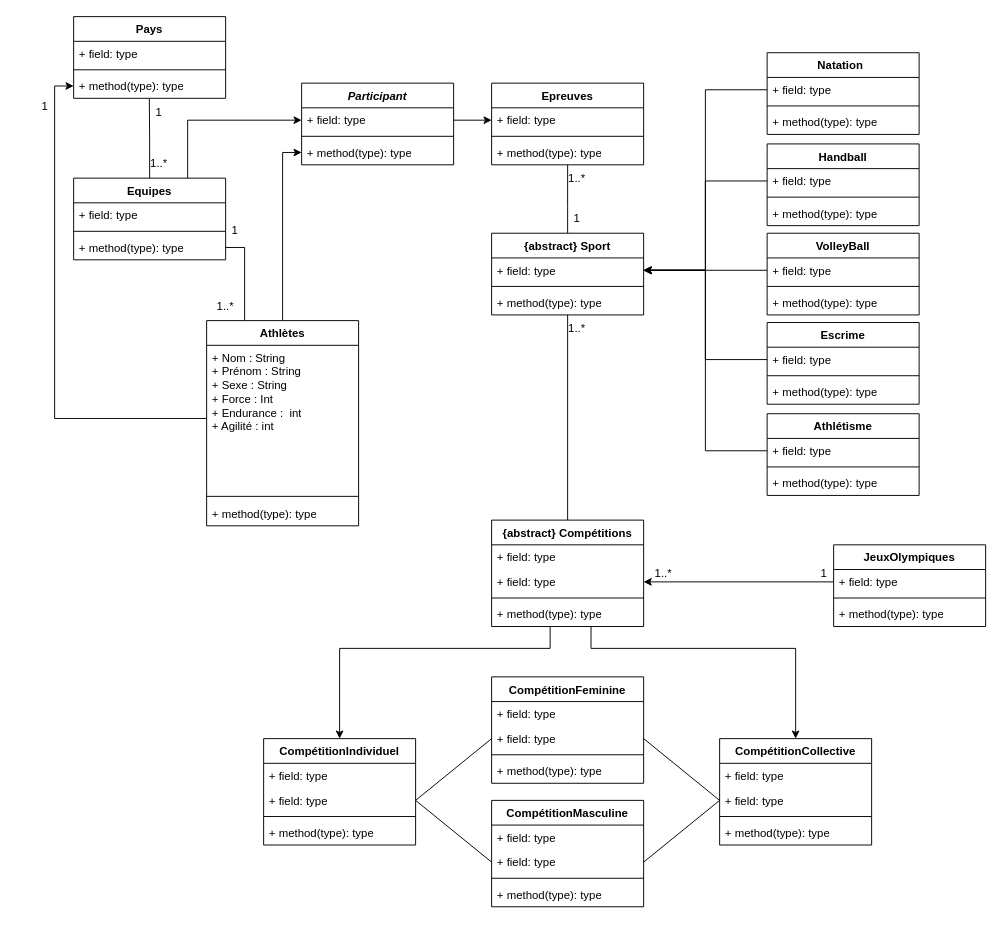
alexisnisol/JeuxOlympiques keeps this draw.io diagram as Diagramme sans nom.drawio. Above is the earlier version. Source tidied: cells renumbered, new cells numbered last; positions are measured from the earlier drawing's top-left corner, leaving out a move shared by most shapes. Both pictures are drawn from the tidied source at 95%, with x=0, y=0 at pixel (16, 16).
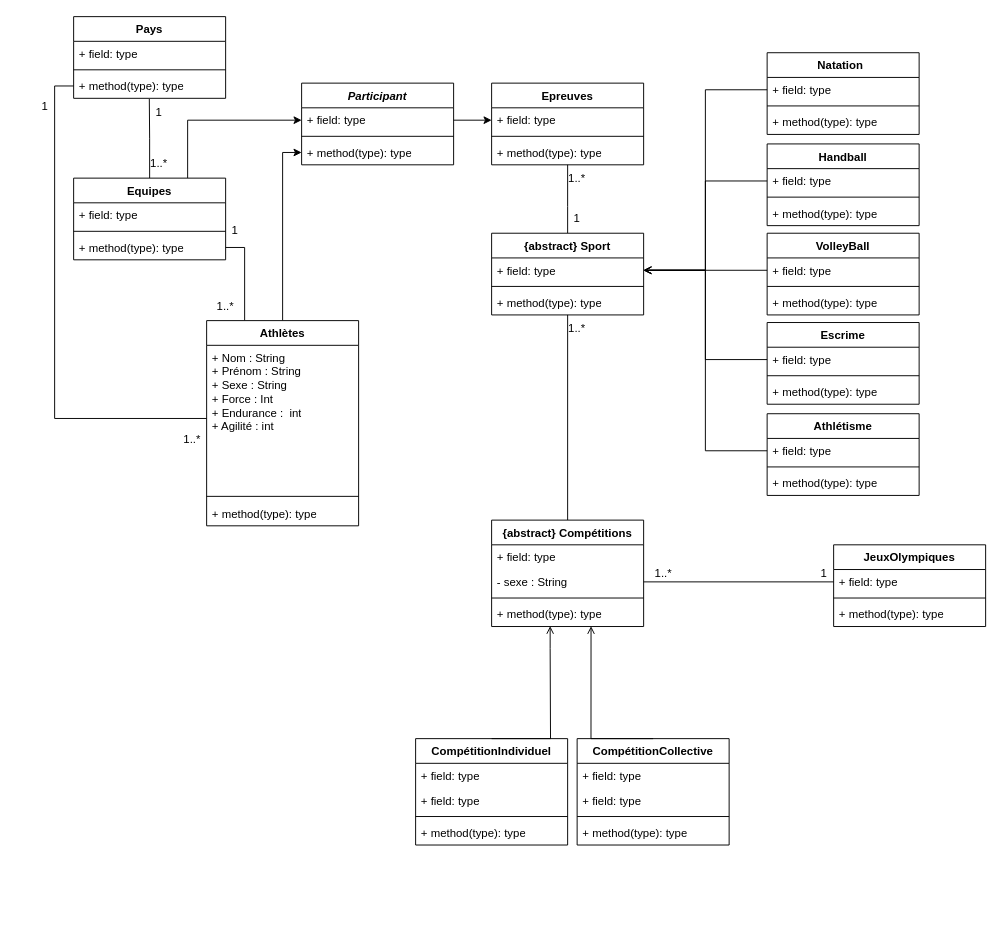
The same diagram, later.

Commit message:
Mettre à jour Diagramme sans nom.drawio

The change refers to these unchanged cells:
```xml
<mxCell id="5" value="+ field: type" style="text;strokeColor=none;fillColor=none;align=left;verticalAlign=top;spacingLeft=4;spacingRight=4;overflow=hidden;points=[[0,0.5],[1,0.5]];portConstraint=eastwest;whiteSpace=wrap;html=1;" parent="4" vertex="1">
  <mxGeometry y="26" width="160" height="26" as="geometry" />
</mxCell>
<mxCell id="11" value="+ method(type): type" style="text;strokeColor=none;fillColor=none;align=left;verticalAlign=top;spacingLeft=4;spacingRight=4;overflow=hidden;points=[[0,0.5],[1,0.5]];portConstraint=eastwest;whiteSpace=wrap;html=1;" parent="8" vertex="1">
  <mxGeometry y="60" width="160" height="26" as="geometry" />
</mxCell>
<mxCell id="17" value="+ Nom : String&lt;div&gt;+ Prénom : String&lt;br&gt;+ Sexe : String&lt;br&gt;&lt;/div&gt;&lt;div&gt;+ Force : Int&lt;/div&gt;&lt;div&gt;+ Endurance :&amp;nbsp; int &lt;br&gt;&lt;/div&gt;&lt;div&gt;+ Agilité : int&lt;/div&gt;&lt;div&gt;&lt;br&gt;&lt;/div&gt;" style="text;strokeColor=none;fillColor=none;align=left;verticalAlign=top;spacingLeft=4;spacingRight=4;overflow=hidden;points=[[0,0.5],[1,0.5]];portConstraint=eastwest;whiteSpace=wrap;html=1;" parent="16" vertex="1">
  <mxGeometry y="26" width="160" height="154" as="geometry" />
</mxCell>
<mxCell id="35" value="+ field: type" style="text;strokeColor=none;fillColor=none;align=left;verticalAlign=top;spacingLeft=4;spacingRight=4;overflow=hidden;points=[[0,0.5],[1,0.5]];portConstraint=eastwest;whiteSpace=wrap;html=1;" parent="34" vertex="1">
  <mxGeometry y="26" width="160" height="26" as="geometry" />
</mxCell>
<mxCell id="39" value="+ field: type" style="text;strokeColor=none;fillColor=none;align=left;verticalAlign=top;spacingLeft=4;spacingRight=4;overflow=hidden;points=[[0,0.5],[1,0.5]];portConstraint=eastwest;whiteSpace=wrap;html=1;" parent="38" vertex="1">
  <mxGeometry y="26" width="160" height="26" as="geometry" />
</mxCell>
<mxCell id="43" value="+ field: type" style="text;strokeColor=none;fillColor=none;align=left;verticalAlign=top;spacingLeft=4;spacingRight=4;overflow=hidden;points=[[0,0.5],[1,0.5]];portConstraint=eastwest;whiteSpace=wrap;html=1;" parent="42" vertex="1">
  <mxGeometry y="26" width="160" height="26" as="geometry" />
</mxCell>
<mxCell id="47" value="+ field: type" style="text;strokeColor=none;fillColor=none;align=left;verticalAlign=top;spacingLeft=4;spacingRight=4;overflow=hidden;points=[[0,0.5],[1,0.5]];portConstraint=eastwest;whiteSpace=wrap;html=1;" parent="46" vertex="1">
  <mxGeometry y="26" width="160" height="26" as="geometry" />
</mxCell>
<mxCell id="51" value="+ field: type" style="text;strokeColor=none;fillColor=none;align=left;verticalAlign=top;spacingLeft=4;spacingRight=4;overflow=hidden;points=[[0,0.5],[1,0.5]];portConstraint=eastwest;whiteSpace=wrap;html=1;" parent="50" vertex="1">
  <mxGeometry y="26" width="160" height="26" as="geometry" />
</mxCell>
<mxCell id="62" value="{abstract} Compétitions" style="swimlane;fontStyle=1;align=center;verticalAlign=top;horizontal=1;startSize=26;whiteSpace=wrap;html=1;" parent="1" vertex="1">
  <mxGeometry x="500" y="530" width="160" height="112" as="geometry" />
</mxCell>
<mxCell id="66" value="+ method(type): type" style="text;strokeColor=none;fillColor=none;align=left;verticalAlign=top;spacingLeft=4;spacingRight=4;overflow=hidden;points=[[0,0.5],[1,0.5]];portConstraint=eastwest;whiteSpace=wrap;html=1;" parent="62" vertex="1">
  <mxGeometry y="86" width="160" height="26" as="geometry" />
</mxCell>
<mxCell id="69" value="+ field: type" style="text;strokeColor=none;fillColor=none;align=left;verticalAlign=top;spacingLeft=4;spacingRight=4;overflow=hidden;points=[[0,0.5],[1,0.5]];portConstraint=eastwest;whiteSpace=wrap;html=1;" parent="67" vertex="1">
  <mxGeometry y="52" width="160" height="26" as="geometry" />
</mxCell>
<mxCell id="74" value="+ field: type" style="text;strokeColor=none;fillColor=none;align=left;verticalAlign=top;spacingLeft=4;spacingRight=4;overflow=hidden;points=[[0,0.5],[1,0.5]];portConstraint=eastwest;whiteSpace=wrap;html=1;" parent="72" vertex="1">
  <mxGeometry y="52" width="160" height="26" as="geometry" />
</mxCell>
<mxCell id="99" value="+ field: type" style="text;strokeColor=none;fillColor=none;align=left;verticalAlign=top;spacingLeft=4;spacingRight=4;overflow=hidden;points=[[0,0.5],[1,0.5]];portConstraint=eastwest;whiteSpace=wrap;html=1;" parent="98" vertex="1">
  <mxGeometry y="26" width="160" height="26" as="geometry" />
</mxCell>
```

The edit, as a diff of the source:
```diff
@@
-    <mxCell id="14" style="edgeStyle=orthogonalEdgeStyle;rounded=0;jettySize=auto;html=1;entryX=0;entryY=0.5;entryDx=0;entryDy=0;exitX=0;exitY=0.5;exitDx=0;exitDy=0;" parent="1" edge="1" source="17" target="11">
+    <mxCell id="14" style="edgeStyle=orthogonalEdgeStyle;rounded=0;jettySize=auto;html=1;entryX=0;entryY=0.5;entryDx=0;entryDy=0;exitX=0;exitY=0.5;exitDx=0;exitDy=0;endArrow=none;endFill=0;" parent="1" edge="1" source="17" target="11">
       <mxGeometry relative="1" as="geometry" />
     </mxCell>
@@
-    <mxCell id="54" style="edgeStyle=orthogonalEdgeStyle;rounded=0;jettySize=auto;html=1;exitX=0;exitY=0.5;exitDx=0;exitDy=0;entryX=1;entryY=0.5;entryDx=0;entryDy=0;" parent="1" edge="1" source="47" target="5">
+    <mxCell id="54" style="edgeStyle=orthogonalEdgeStyle;rounded=0;jettySize=auto;html=1;exitX=0;exitY=0.5;exitDx=0;exitDy=0;entryX=1;entryY=0.5;entryDx=0;entryDy=0;endArrow=open;endFill=0;" parent="1" edge="1" source="47" target="5">
       <mxGeometry relative="1" as="geometry" />
     </mxCell>
-    <mxCell id="55" style="edgeStyle=orthogonalEdgeStyle;rounded=0;jettySize=auto;html=1;exitX=0;exitY=0.5;exitDx=0;exitDy=0;entryX=1;entryY=0.5;entryDx=0;entryDy=0;" parent="1" edge="1" source="35" target="5">
+    <mxCell id="55" style="edgeStyle=orthogonalEdgeStyle;rounded=0;jettySize=auto;html=1;exitX=0;exitY=0.5;exitDx=0;exitDy=0;entryX=1;entryY=0.5;entryDx=0;entryDy=0;endArrow=open;endFill=0;" parent="1" edge="1" source="35" target="5">
       <mxGeometry relative="1" as="geometry" />
     </mxCell>
-    <mxCell id="56" style="edgeStyle=orthogonalEdgeStyle;rounded=0;jettySize=auto;html=1;exitX=0;exitY=0.5;exitDx=0;exitDy=0;entryX=1;entryY=0.5;entryDx=0;entryDy=0;" parent="1" edge="1" source="39" target="5">
+    <mxCell id="56" style="edgeStyle=orthogonalEdgeStyle;rounded=0;jettySize=auto;html=1;exitX=0;exitY=0.5;exitDx=0;exitDy=0;entryX=1;entryY=0.5;entryDx=0;entryDy=0;endArrow=open;endFill=0;" parent="1" edge="1" source="39" target="5">
       <mxGeometry relative="1" as="geometry" />
     </mxCell>
-    <mxCell id="57" style="edgeStyle=orthogonalEdgeStyle;rounded=0;jettySize=auto;html=1;exitX=0;exitY=0.5;exitDx=0;exitDy=0;entryX=1;entryY=0.5;entryDx=0;entryDy=0;" parent="1" edge="1" source="43" target="5">
+    <mxCell id="57" style="edgeStyle=orthogonalEdgeStyle;rounded=0;jettySize=auto;html=1;exitX=0;exitY=0.5;exitDx=0;exitDy=0;entryX=1;entryY=0.5;entryDx=0;entryDy=0;endArrow=open;endFill=0;" parent="1" edge="1" source="43" target="5">
       <mxGeometry relative="1" as="geometry" />
     </mxCell>
-    <mxCell id="58" style="edgeStyle=orthogonalEdgeStyle;rounded=0;jettySize=auto;html=1;exitX=0;exitY=0.5;exitDx=0;exitDy=0;entryX=1;entryY=0.5;entryDx=0;entryDy=0;" parent="1" edge="1" source="51" target="5">
+    <mxCell id="58" style="edgeStyle=orthogonalEdgeStyle;rounded=0;jettySize=auto;html=1;exitX=0;exitY=0.5;exitDx=0;exitDy=0;entryX=1;entryY=0.5;entryDx=0;entryDy=0;endArrow=open;endFill=0;" parent="1" edge="1" source="51" target="5">
       <mxGeometry relative="1" as="geometry" />
     </mxCell>
@@
-    <mxCell id="64" value="+ field: type" style="text;strokeColor=none;fillColor=none;align=left;verticalAlign=top;spacingLeft=4;spacingRight=4;overflow=hidden;points=[[0,0.5],[1,0.5]];portConstraint=eastwest;whiteSpace=wrap;html=1;" parent="62" vertex="1">
+    <mxCell id="64" value="- sexe : String" style="text;strokeColor=none;fillColor=none;align=left;verticalAlign=top;spacingLeft=4;spacingRight=4;overflow=hidden;points=[[0,0.5],[1,0.5]];portConstraint=eastwest;whiteSpace=wrap;html=1;" parent="62" vertex="1">
       <mxGeometry y="52" width="160" height="26" as="geometry" />
     </mxCell>
@@
     <mxCell id="67" value="CompétitionIndividuel" style="swimlane;fontStyle=1;align=center;verticalAlign=top;horizontal=1;startSize=26;whiteSpace=wrap;html=1;" parent="1" vertex="1">
-      <mxGeometry x="260" y="760" width="160" height="112" as="geometry" />
+      <mxGeometry x="420" y="760" width="160" height="112" as="geometry" />
     </mxCell>
@@
     <mxCell id="72" value="CompétitionCollective" style="swimlane;fontStyle=1;align=center;verticalAlign=top;horizontal=1;startSize=26;whiteSpace=wrap;html=1;" parent="1" vertex="1">
-      <mxGeometry x="740" y="760" width="160" height="112" as="geometry" />
+      <mxGeometry x="590" y="760" width="160" height="112" as="geometry" />
     </mxCell>
@@
-    <mxCell id="77" value="CompétitionFeminine" style="swimlane;fontStyle=1;align=center;verticalAlign=top;horizontal=1;startSize=26;whiteSpace=wrap;html=1;" parent="1" vertex="1">
-      <mxGeometry x="500" y="695" width="160" height="112" as="geometry" />
-    </mxCell>
-    <mxCell id="78" value="+ field: type" style="text;strokeColor=none;fillColor=none;align=left;verticalAlign=top;spacingLeft=4;spacingRight=4;overflow=hidden;whiteSpace=wrap;html=1;" parent="77" vertex="1">
-      <mxGeometry y="26" width="160" height="26" as="geometry" />
-    </mxCell>
-    <mxCell id="79" value="+ field: type" style="text;strokeColor=none;fillColor=none;align=left;verticalAlign=top;spacingLeft=4;spacingRight=4;overflow=hidden;points=[[0,0.5],[1,0.5]];portConstraint=eastwest;whiteSpace=wrap;html=1;" parent="77" vertex="1">
-      <mxGeometry y="52" width="160" height="26" as="geometry" />
-    </mxCell>
-    <mxCell id="80" style="line;strokeWidth=1;fillColor=none;align=left;verticalAlign=middle;spacingTop=-1;spacingLeft=3;spacingRight=3;labelPosition=right;strokeColor=inherit;" parent="77" vertex="1">
-      <mxGeometry y="78" width="160" height="8" as="geometry" />
-    </mxCell>
-    <mxCell id="81" value="+ method(type): type" style="text;strokeColor=none;fillColor=none;align=left;verticalAlign=top;spacingLeft=4;spacingRight=4;overflow=hidden;whiteSpace=wrap;html=1;" parent="77" vertex="1">
-      <mxGeometry y="86" width="160" height="26" as="geometry" />
-    </mxCell>
-    <mxCell id="82" value="CompétitionMasculine" style="swimlane;fontStyle=1;align=center;verticalAlign=top;horizontal=1;startSize=26;whiteSpace=wrap;html=1;" parent="1" vertex="1">
-      <mxGeometry x="500" y="825" width="160" height="112" as="geometry" />
-    </mxCell>
-    <mxCell id="83" value="+ field: type" style="text;strokeColor=none;fillColor=none;align=left;verticalAlign=top;spacingLeft=4;spacingRight=4;overflow=hidden;whiteSpace=wrap;html=1;" parent="82" vertex="1">
-      <mxGeometry y="26" width="160" height="26" as="geometry" />
-    </mxCell>
-    <mxCell id="84" value="+ field: type" style="text;strokeColor=none;fillColor=none;align=left;verticalAlign=top;spacingLeft=4;spacingRight=4;overflow=hidden;points=[[0,0.5],[1,0.5]];portConstraint=eastwest;whiteSpace=wrap;html=1;" parent="82" vertex="1">
-      <mxGeometry y="52" width="160" height="26" as="geometry" />
-    </mxCell>
-    <mxCell id="85" style="line;strokeWidth=1;fillColor=none;align=left;verticalAlign=middle;spacingTop=-1;spacingLeft=3;spacingRight=3;labelPosition=right;strokeColor=inherit;" parent="82" vertex="1">
-      <mxGeometry y="78" width="160" height="8" as="geometry" />
-    </mxCell>
-    <mxCell id="86" value="+ method(type): type" style="text;strokeColor=none;fillColor=none;align=left;verticalAlign=top;spacingLeft=4;spacingRight=4;overflow=hidden;whiteSpace=wrap;html=1;" parent="82" vertex="1">
-      <mxGeometry y="86" width="160" height="26" as="geometry" />
-    </mxCell>
-    <mxCell id="87" style="rounded=0;jettySize=auto;html=1;exitX=0;exitY=0.5;exitDx=0;exitDy=0;entryX=1;entryY=0.5;entryDx=0;entryDy=0;endArrow=none;endFill=0;" parent="1" edge="1" source="84" target="69">
-      <mxGeometry relative="1" as="geometry" />
-    </mxCell>
-    <mxCell id="88" style="rounded=0;jettySize=auto;html=1;exitX=1;exitY=0.5;exitDx=0;exitDy=0;entryX=0;entryY=0.5;entryDx=0;entryDy=0;endArrow=none;endFill=0;" parent="1" edge="1" source="84" target="74">
-      <mxGeometry relative="1" as="geometry" />
-    </mxCell>
-    <mxCell id="89" style="rounded=0;jettySize=auto;html=1;exitX=1;exitY=0.5;exitDx=0;exitDy=0;entryX=0;entryY=0.5;entryDx=0;entryDy=0;endArrow=none;endFill=0;" parent="1" edge="1" source="79" target="74">
-      <mxGeometry relative="1" as="geometry" />
-    </mxCell>
-    <mxCell id="90" style="rounded=0;jettySize=auto;html=1;exitX=0;exitY=0.5;exitDx=0;exitDy=0;entryX=1;entryY=0.5;entryDx=0;entryDy=0;endArrow=none;endFill=0;" parent="1" edge="1" source="79" target="69">
-      <mxGeometry relative="1" as="geometry" />
-    </mxCell>
-    <mxCell id="91" style="edgeStyle=orthogonalEdgeStyle;rounded=0;jettySize=auto;html=1;exitX=0.654;exitY=0.987;exitDx=0;exitDy=0;entryX=0.5;entryY=0;entryDx=0;entryDy=0;exitPerimeter=0;" parent="1" edge="1" source="66" target="72">
+    <mxCell id="91" style="edgeStyle=orthogonalEdgeStyle;rounded=0;jettySize=auto;html=1;exitX=0.654;exitY=0.987;exitDx=0;exitDy=0;entryX=0.5;entryY=0;entryDx=0;entryDy=0;exitPerimeter=0;endArrow=none;endFill=0;startArrow=open;startFill=0;" parent="1" edge="1" source="66" target="72">
       <mxGeometry relative="1" as="geometry">
         <Array as="points">
-          <mxPoint x="605" y="665" />
-          <mxPoint x="820" y="665" />
+          <mxPoint x="605" y="760" />
         </Array>
       </mxGeometry>
     </mxCell>
-    <mxCell id="92" style="edgeStyle=orthogonalEdgeStyle;rounded=0;jettySize=auto;html=1;entryX=0.5;entryY=0;entryDx=0;entryDy=0;exitX=0.385;exitY=0.984;exitDx=0;exitDy=0;exitPerimeter=0;" parent="1" edge="1" source="66" target="67">
+    <mxCell id="92" style="edgeStyle=orthogonalEdgeStyle;rounded=0;jettySize=auto;html=1;entryX=0.5;entryY=0;entryDx=0;entryDy=0;exitX=0.385;exitY=0.984;exitDx=0;exitDy=0;exitPerimeter=0;endArrow=none;endFill=0;startArrow=open;startFill=0;" parent="1" edge="1" source="66" target="67">
       <mxGeometry relative="1" as="geometry">
         <Array as="points">
           <mxPoint x="562" y="665" />
-          <mxPoint x="340" y="665" />
+          <mxPoint x="562" y="665" />
+          <mxPoint x="562" y="760" />
         </Array>
       </mxGeometry>
     </mxCell>
@@
-    <mxCell id="103" style="edgeStyle=orthogonalEdgeStyle;rounded=0;jettySize=auto;html=1;exitX=0;exitY=0.5;exitDx=0;exitDy=0;entryX=1;entryY=0.5;entryDx=0;entryDy=0;" parent="1" edge="1" source="99" target="64">
+    <mxCell id="103" style="edgeStyle=orthogonalEdgeStyle;rounded=0;jettySize=auto;html=1;exitX=0;exitY=0.5;exitDx=0;exitDy=0;entryX=1;entryY=0.5;entryDx=0;entryDy=0;endArrow=none;endFill=0;" parent="1" edge="1" source="99" target="64">
       <mxGeometry relative="1" as="geometry" />
     </mxCell>
@@
+    <mxCell id="105" value="1..*" style="text;html=1;align=center;verticalAlign=middle;whiteSpace=wrap;rounded=0;" parent="1" vertex="1">
+      <mxGeometry x="155" y="430" width="60" height="30" as="geometry" />
+    </mxCell>
```
